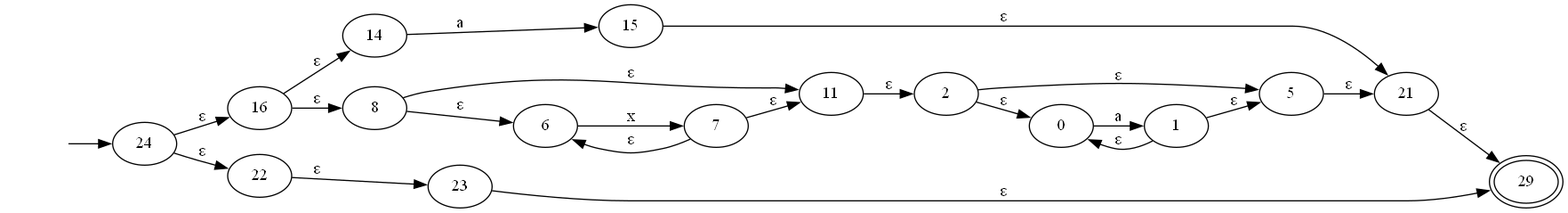
Above: test-output/round-table.gv.png in JuanDiegoAvila/Laboratorio_Compiladores (Graphviz), before the change. Its source is kept beside it as test-output/round-table.gv. Source of this version:
```dot
digraph {
	graph [rankdir=LR]
	inicio [label="" shape=none]
	24
	inicio -> 24
	24 -> 16 [label="ε"]
	24 -> 22 [label="ε"]
	16
	16 -> 14 [label="ε"]
	16 -> 8 [label="ε"]
	22
	22 -> 23 [label="ε"]
	14
	14 -> 15 [label=a]
	8
	8 -> 11 [label="ε"]
	8 -> 6 [label="ε"]
	23
	23 -> 29 [label="ε"]
	15
	15 -> 21 [label="ε"]
	11
	11 -> 2 [label="ε"]
	6
	6 -> 7 [label=x]
	29 [peripheries=2]
	21
	21 -> 29 [label="ε"]
	2
	2 -> 5 [label="ε"]
	2 -> 0 [label="ε"]
	7
	7 -> 6 [label="ε"]
	7 -> 11 [label="ε"]
	5
	5 -> 21 [label="ε"]
	0
	0 -> 1 [label=a]
	1
	1 -> 0 [label="ε"]
	1 -> 5 [label="ε"]
}
```
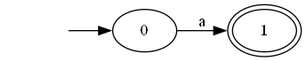
After the commit.

Diff of the diagram source:
```diff
@@ -1,42 +1,8 @@
 digraph {
 	graph [rankdir=LR]
 	inicio [label="" shape=none]
-	24
-	inicio -> 24
-	24 -> 16 [label="ε"]
-	24 -> 22 [label="ε"]
-	16
-	16 -> 14 [label="ε"]
-	16 -> 8 [label="ε"]
-	22
-	22 -> 23 [label="ε"]
-	14
-	14 -> 15 [label=a]
-	8
-	8 -> 11 [label="ε"]
-	8 -> 6 [label="ε"]
-	23
-	23 -> 29 [label="ε"]
-	15
-	15 -> 21 [label="ε"]
-	11
-	11 -> 2 [label="ε"]
-	6
-	6 -> 7 [label=x]
-	29 [peripheries=2]
-	21
-	21 -> 29 [label="ε"]
-	2
-	2 -> 5 [label="ε"]
-	2 -> 0 [label="ε"]
-	7
-	7 -> 6 [label="ε"]
-	7 -> 11 [label="ε"]
-	5
-	5 -> 21 [label="ε"]
 	0
+	inicio -> 0
 	0 -> 1 [label=a]
-	1
-	1 -> 0 [label="ε"]
-	1 -> 5 [label="ε"]
+	1 [peripheries=2]
 }
```
